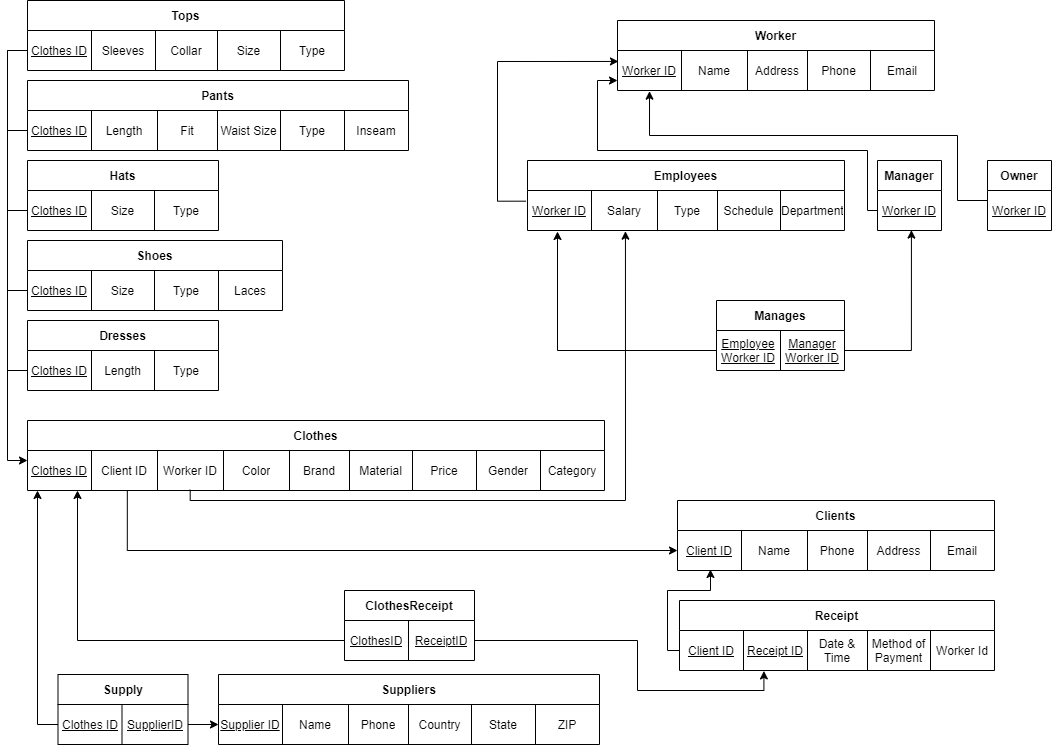
This is images/relational-model.png from cmps277-dbproject/database, a draw.io export, as it was before one commit. Source tidied: cells renumbered, new cells last; positions are measured from the earlier drawing's top-left corner, leaving out a move shared by most shapes.
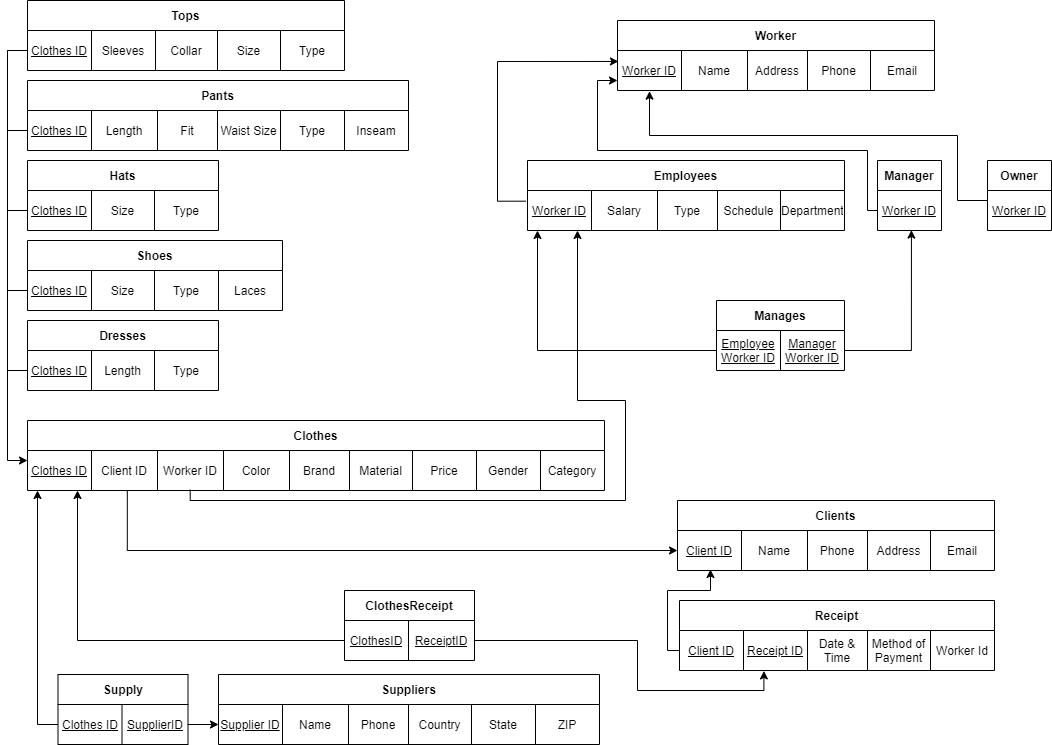
Later version of the same file.

Commit message:
Fixed arrow pointing to wrong value

Change to the diagram source:
```diff
@@ -253,9 +253,11 @@
     <mxCell id="77" value="Department" style="shape=partialRectangle;html=1;whiteSpace=wrap;fillColor=none;top=0;left=0;bottom=0;right=0;overflow=hidden;" parent="72" vertex="1">
       <mxGeometry x="253" width="64" height="40" as="geometry" />
     </mxCell>
-    <mxCell id="78" style="edgeStyle=orthogonalEdgeStyle;rounded=0;jettySize=auto;html=1;entryX=0.282;entryY=0.981;entryDx=0;entryDy=0;entryPerimeter=0;startArrow=classic;startFill=1;endArrow=none;endFill=0;exitX=0.309;exitY=1.017;exitDx=0;exitDy=0;exitPerimeter=0;" parent="1" edge="1" source="72" target="34">
+    <mxCell id="78" style="edgeStyle=orthogonalEdgeStyle;rounded=0;jettySize=auto;html=1;entryX=0.282;entryY=0.981;entryDx=0;entryDy=0;entryPerimeter=0;startArrow=classic;startFill=1;endArrow=none;endFill=0;" parent="1" edge="1" source="72" target="34">
       <mxGeometry relative="1" as="geometry">
         <Array as="points">
+          <mxPoint x="570" y="400" />
+          <mxPoint x="618" y="400" />
           <mxPoint x="618" y="500" />
           <mxPoint x="183" y="500" />
         </Array>
@@ -321,12 +323,10 @@
     <mxCell id="96" value="&lt;u&gt;Manager Worker ID&lt;/u&gt;" style="shape=partialRectangle;html=1;whiteSpace=wrap;fillColor=none;top=0;left=0;bottom=0;right=0;overflow=hidden;" parent="94" vertex="1">
       <mxGeometry x="64" width="64" height="40" as="geometry" />
     </mxCell>
-    <mxCell id="97" style="edgeStyle=orthogonalEdgeStyle;rounded=0;jettySize=auto;html=1;entryX=0;entryY=0.5;entryDx=0;entryDy=0;startArrow=classic;startFill=1;endArrow=none;endFill=0;" parent="1" edge="1" target="94">
+    <mxCell id="97" style="edgeStyle=orthogonalEdgeStyle;rounded=0;jettySize=auto;html=1;entryX=0;entryY=0.5;entryDx=0;entryDy=0;startArrow=classic;startFill=1;endArrow=none;endFill=0;" parent="1" edge="1" source="72" target="94">
       <mxGeometry relative="1" as="geometry">
-        <mxPoint x="550" y="231" as="sourcePoint" />
         <Array as="points">
-          <mxPoint x="550" y="231" />
-          <mxPoint x="550" y="350" />
+          <mxPoint x="530" y="350" />
         </Array>
       </mxGeometry>
     </mxCell>
```
